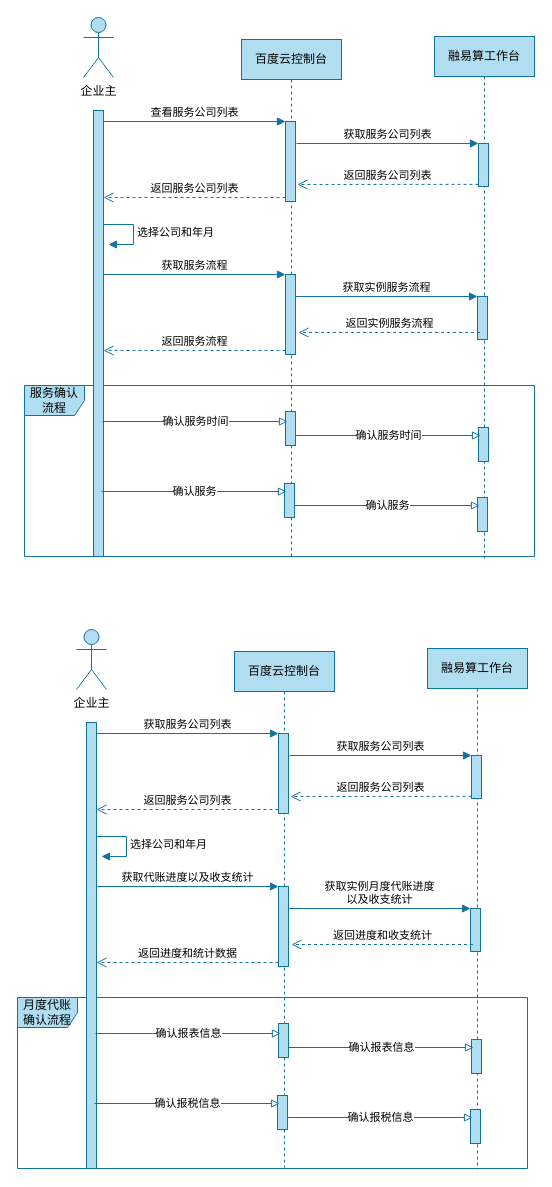
This is 百度云时序.drawio from zhaoershuang/flow-chart, a draw.io file, before an edit. Source tidied: cells renumbered, new cells numbered last; positions are measured from the earlier drawing's top-left corner, leaving out a move shared by most shapes. Both pictures are drawn from the tidied source at 100%, with x=0, y=0 at pixel (17, 17).
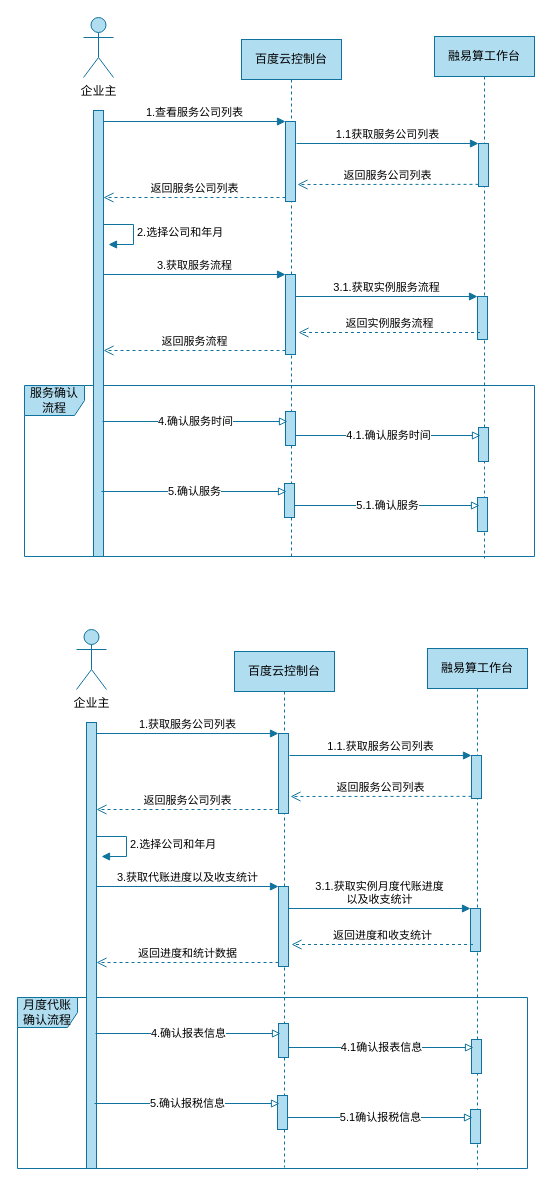
After the change.

Commit message:
更新百度云时序.drawio

Unchanged cells that the change refers to:
```xml
<mxCell id="4" value="&lt;font color=&quot;#000000&quot;&gt;百度云控制台&lt;br&gt;&lt;/font&gt;" style="shape=umlLifeline;perimeter=lifelinePerimeter;whiteSpace=wrap;html=1;fillColor=#b1ddf0;strokeColor=#10739e;" parent="1" vertex="1">
  <mxGeometry x="224" y="22" width="100" height="519" as="geometry" />
</mxCell>
<mxCell id="5" style="html=1;points=[];perimeter=orthogonalPerimeter;fillColor=#b1ddf0;strokeColor=#10739e;" parent="4" vertex="1">
  <mxGeometry x="44" y="82" width="10" height="80" as="geometry" />
</mxCell>
<mxCell id="6" style="html=1;points=[];perimeter=orthogonalPerimeter;fillColor=#b1ddf0;strokeColor=#10739e;" parent="4" vertex="1">
  <mxGeometry x="44" y="235" width="10" height="80" as="geometry" />
</mxCell>
<mxCell id="11" style="html=1;points=[];perimeter=orthogonalPerimeter;fillColor=#b1ddf0;strokeColor=#10739e;" parent="1" vertex="1">
  <mxGeometry x="76" y="93" width="10" height="446" as="geometry" />
</mxCell>
<mxCell id="12" value="融易算工作台" style="shape=umlLifeline;perimeter=lifelinePerimeter;whiteSpace=wrap;html=1;fillColor=#b1ddf0;strokeColor=#10739e;" parent="1" vertex="1">
  <mxGeometry x="417" y="19" width="100" height="522" as="geometry" />
</mxCell>
<mxCell id="13" style="html=1;points=[];perimeter=orthogonalPerimeter;fillColor=#b1ddf0;strokeColor=#10739e;" parent="12" vertex="1">
  <mxGeometry x="44" y="107" width="10" height="43" as="geometry" />
</mxCell>
<mxCell id="22" style="html=1;points=[];perimeter=orthogonalPerimeter;fillColor=#b1ddf0;strokeColor=#10739e;" parent="12" vertex="1">
  <mxGeometry x="43" y="260" width="10" height="43" as="geometry" />
</mxCell>
<mxCell id="29" value="&lt;font color=&quot;#000000&quot;&gt;百度云控制台&lt;br&gt;&lt;/font&gt;" style="shape=umlLifeline;perimeter=lifelinePerimeter;whiteSpace=wrap;html=1;fillColor=#b1ddf0;strokeColor=#10739e;" parent="1" vertex="1">
  <mxGeometry x="217" y="634" width="100" height="516" as="geometry" />
</mxCell>
<mxCell id="30" style="html=1;points=[];perimeter=orthogonalPerimeter;fillColor=#b1ddf0;strokeColor=#10739e;" parent="29" vertex="1">
  <mxGeometry x="44" y="82" width="10" height="80" as="geometry" />
</mxCell>
<mxCell id="31" style="html=1;points=[];perimeter=orthogonalPerimeter;fillColor=#b1ddf0;strokeColor=#10739e;" parent="29" vertex="1">
  <mxGeometry x="44" y="235" width="10" height="80" as="geometry" />
</mxCell>
<mxCell id="36" style="html=1;points=[];perimeter=orthogonalPerimeter;fillColor=#b1ddf0;strokeColor=#10739e;" parent="1" vertex="1">
  <mxGeometry x="69" y="705" width="10" height="446" as="geometry" />
</mxCell>
<mxCell id="37" value="融易算工作台" style="shape=umlLifeline;perimeter=lifelinePerimeter;whiteSpace=wrap;html=1;fillColor=#b1ddf0;strokeColor=#10739e;" parent="1" vertex="1">
  <mxGeometry x="410" y="631" width="100" height="521" as="geometry" />
</mxCell>
<mxCell id="38" style="html=1;points=[];perimeter=orthogonalPerimeter;fillColor=#b1ddf0;strokeColor=#10739e;" parent="37" vertex="1">
  <mxGeometry x="44" y="107" width="10" height="43" as="geometry" />
</mxCell>
<mxCell id="47" style="html=1;points=[];perimeter=orthogonalPerimeter;fillColor=#b1ddf0;strokeColor=#10739e;" parent="37" vertex="1">
  <mxGeometry x="43" y="260" width="10" height="43" as="geometry" />
</mxCell>
```

What changed in the source:
```diff
@@
-    <mxCell id="7" value="获取服务流程" style="html=1;verticalAlign=bottom;endArrow=block;entryX=0;entryY=0;fillColor=#b1ddf0;strokeColor=#10739e;" parent="4" edge="1" target="6">
+    <mxCell id="7" value="3.获取服务流程" style="html=1;verticalAlign=bottom;endArrow=block;entryX=0;entryY=0;fillColor=#b1ddf0;strokeColor=#10739e;" parent="4" edge="1" target="6">
       <mxGeometry relative="1" as="geometry">
         <mxPoint x="-138" y="235" as="sourcePoint" />
       </mxGeometry>
     </mxCell>
@@
-    <mxCell id="14" value="获取服务公司列表" style="html=1;verticalAlign=bottom;endArrow=block;entryX=0;entryY=0;fillColor=#b1ddf0;strokeColor=#10739e;" parent="12" edge="1" target="13">
+    <mxCell id="14" value="1.1获取服务公司列表" style="html=1;verticalAlign=bottom;endArrow=block;entryX=0;entryY=0;fillColor=#b1ddf0;strokeColor=#10739e;" parent="12" edge="1" target="13">
       <mxGeometry relative="1" as="geometry">
         <mxPoint x="-138" y="107" as="sourcePoint" />
       </mxGeometry>
     </mxCell>
-    <mxCell id="15" value="确认服务时间" style="endArrow=block;endFill=0;html=1;fillColor=#b1ddf0;strokeColor=#10739e;" parent="12" edge="1">
+    <mxCell id="15" value="4.确认服务时间" style="endArrow=block;endFill=0;html=1;fillColor=#b1ddf0;strokeColor=#10739e;" parent="12" edge="1">
       <mxGeometry relative="1" as="geometry">
         <mxPoint x="-332" y="385" as="sourcePoint" />
         <mxPoint x="-147" y="385" as="targetPoint" />
         <Array as="points">
           <mxPoint x="-147" y="385" />
         </Array>
       </mxGeometry>
     </mxCell>
@@
-    <mxCell id="17" value="确认服务时间" style="endArrow=block;endFill=0;html=1;fillColor=#b1ddf0;strokeColor=#10739e;" parent="12" edge="1">
+    <mxCell id="17" value="4.1.确认服务时间" style="endArrow=block;endFill=0;html=1;fillColor=#b1ddf0;strokeColor=#10739e;" parent="12" edge="1">
       <mxGeometry relative="1" as="geometry">
         <mxPoint x="-139" y="399" as="sourcePoint" />
         <mxPoint x="46" y="399" as="targetPoint" />
         <Array as="points">
           <mxPoint x="46" y="399" />
         </Array>
       </mxGeometry>
     </mxCell>
@@
-    <mxCell id="19" value="确认服务" style="endArrow=block;endFill=0;html=1;fillColor=#b1ddf0;strokeColor=#10739e;" parent="12" edge="1">
+    <mxCell id="19" value="5.确认服务" style="endArrow=block;endFill=0;html=1;fillColor=#b1ddf0;strokeColor=#10739e;" parent="12" edge="1">
       <mxGeometry relative="1" as="geometry">
         <mxPoint x="-333" y="455" as="sourcePoint" />
         <mxPoint x="-148" y="455" as="targetPoint" />
         <Array as="points">
           <mxPoint x="-148" y="455" />
         </Array>
       </mxGeometry>
     </mxCell>
@@
-    <mxCell id="21" value="确认服务" style="endArrow=block;endFill=0;html=1;fillColor=#b1ddf0;strokeColor=#10739e;" parent="12" edge="1">
+    <mxCell id="21" value="5.1.确认服务" style="endArrow=block;endFill=0;html=1;fillColor=#b1ddf0;strokeColor=#10739e;" parent="12" edge="1">
       <mxGeometry relative="1" as="geometry">
         <mxPoint x="-140" y="469" as="sourcePoint" />
         <mxPoint x="45" y="469" as="targetPoint" />
         <Array as="points">
           <mxPoint x="45" y="469" />
         </Array>
       </mxGeometry>
     </mxCell>
@@
-    <mxCell id="23" value="获取实例服务流程" style="html=1;verticalAlign=bottom;endArrow=block;entryX=0;entryY=0;fillColor=#b1ddf0;strokeColor=#10739e;" parent="12" edge="1" target="22">
+    <mxCell id="23" value="3.1.获取实例服务流程" style="html=1;verticalAlign=bottom;endArrow=block;entryX=0;entryY=0;fillColor=#b1ddf0;strokeColor=#10739e;" parent="12" edge="1" target="22">
       <mxGeometry relative="1" as="geometry">
         <mxPoint x="-139" y="260" as="sourcePoint" />
       </mxGeometry>
     </mxCell>
-    <mxCell id="24" value="选择公司和年月" style="edgeStyle=orthogonalEdgeStyle;html=1;align=left;spacingLeft=2;endArrow=block;rounded=0;entryX=1;entryY=0;fillColor=#b1ddf0;strokeColor=#10739e;" parent="1" edge="1">
+    <mxCell id="24" value="2.选择公司和年月" style="edgeStyle=orthogonalEdgeStyle;html=1;align=left;spacingLeft=2;endArrow=block;rounded=0;entryX=1;entryY=0;fillColor=#b1ddf0;strokeColor=#10739e;" parent="1" edge="1">
       <mxGeometry relative="1" as="geometry">
         <mxPoint x="86" y="207" as="sourcePoint" />
         <mxPoint x="91" y="227" as="targetPoint" />
         <Array as="points">
           <mxPoint x="116" y="207" />
         </Array>
       </mxGeometry>
     </mxCell>
-    <mxCell id="25" value="查看服务公司列表" style="html=1;verticalAlign=bottom;endArrow=block;entryX=0;entryY=0;fillColor=#b1ddf0;strokeColor=#10739e;" parent="1" edge="1" source="11" target="5">
+    <mxCell id="25" value="1.查看服务公司列表" style="html=1;verticalAlign=bottom;endArrow=block;entryX=0;entryY=0;fillColor=#b1ddf0;strokeColor=#10739e;" parent="1" edge="1" source="11" target="5">
       <mxGeometry relative="1" as="geometry" />
     </mxCell>
@@
-    <mxCell id="32" value="&lt;br&gt;获取代账进度以及收支统计" style="html=1;verticalAlign=bottom;endArrow=block;entryX=0;entryY=0;fillColor=#b1ddf0;strokeColor=#10739e;" parent="29" edge="1" target="31">
+    <mxCell id="32" value="&lt;br&gt;3.获取代账进度以及收支统计" style="html=1;verticalAlign=bottom;endArrow=block;entryX=0;entryY=0;fillColor=#b1ddf0;strokeColor=#10739e;" parent="29" edge="1" target="31">
       <mxGeometry relative="1" as="geometry">
         <mxPoint x="-138" y="235" as="sourcePoint" />
       </mxGeometry>
     </mxCell>
@@
-    <mxCell id="39" value="获取服务公司列表" style="html=1;verticalAlign=bottom;endArrow=block;entryX=0;entryY=0;fillColor=#b1ddf0;strokeColor=#10739e;" parent="37" edge="1" target="38">
+    <mxCell id="39" value="1.1.获取服务公司列表" style="html=1;verticalAlign=bottom;endArrow=block;entryX=0;entryY=0;fillColor=#b1ddf0;strokeColor=#10739e;" parent="37" edge="1" target="38">
       <mxGeometry relative="1" as="geometry">
         <mxPoint x="-138" y="107" as="sourcePoint" />
       </mxGeometry>
     </mxCell>
-    <mxCell id="40" value="确认报表信息" style="endArrow=block;endFill=0;html=1;fillColor=#b1ddf0;strokeColor=#10739e;" parent="37" edge="1">
+    <mxCell id="40" value="4.确认报表信息" style="endArrow=block;endFill=0;html=1;fillColor=#b1ddf0;strokeColor=#10739e;" parent="37" edge="1">
       <mxGeometry relative="1" as="geometry">
         <mxPoint x="-332" y="385" as="sourcePoint" />
         <mxPoint x="-147" y="385" as="targetPoint" />
         <Array as="points">
           <mxPoint x="-147" y="385" />
         </Array>
       </mxGeometry>
     </mxCell>
@@
-    <mxCell id="42" value="确认报表信息" style="endArrow=block;endFill=0;html=1;fillColor=#b1ddf0;strokeColor=#10739e;" parent="37" edge="1">
+    <mxCell id="42" value="4.1确认报表信息" style="endArrow=block;endFill=0;html=1;fillColor=#b1ddf0;strokeColor=#10739e;" parent="37" edge="1">
       <mxGeometry relative="1" as="geometry">
         <mxPoint x="-139" y="399" as="sourcePoint" />
         <mxPoint x="46" y="399" as="targetPoint" />
         <Array as="points">
           <mxPoint x="46" y="399" />
         </Array>
       </mxGeometry>
     </mxCell>
@@
-    <mxCell id="44" value="确认报税信息" style="endArrow=block;endFill=0;html=1;fillColor=#b1ddf0;strokeColor=#10739e;" parent="37" edge="1">
+    <mxCell id="44" value="5.确认报税信息" style="endArrow=block;endFill=0;html=1;fillColor=#b1ddf0;strokeColor=#10739e;" parent="37" edge="1">
       <mxGeometry relative="1" as="geometry">
         <mxPoint x="-333" y="455" as="sourcePoint" />
         <mxPoint x="-148" y="455" as="targetPoint" />
         <Array as="points">
           <mxPoint x="-148" y="455" />
         </Array>
       </mxGeometry>
     </mxCell>
@@
-    <mxCell id="46" value="确认报税信息" style="endArrow=block;endFill=0;html=1;fillColor=#b1ddf0;strokeColor=#10739e;" parent="37" edge="1">
+    <mxCell id="46" value="5.1确认报税信息" style="endArrow=block;endFill=0;html=1;fillColor=#b1ddf0;strokeColor=#10739e;" parent="37" edge="1">
       <mxGeometry relative="1" as="geometry">
         <mxPoint x="-140" y="469" as="sourcePoint" />
         <mxPoint x="45" y="469" as="targetPoint" />
         <Array as="points">
           <mxPoint x="45" y="469" />
         </Array>
       </mxGeometry>
     </mxCell>
@@
-    <mxCell id="48" value="获取实例月度代账进度&lt;br&gt;以及收支统计" style="html=1;verticalAlign=bottom;endArrow=block;entryX=0;entryY=0;fillColor=#b1ddf0;strokeColor=#10739e;" parent="37" edge="1" target="47">
+    <mxCell id="48" value="3.1.获取实例月度代账进度&lt;br&gt;以及收支统计" style="html=1;verticalAlign=bottom;endArrow=block;entryX=0;entryY=0;fillColor=#b1ddf0;strokeColor=#10739e;" parent="37" edge="1" target="47">
       <mxGeometry relative="1" as="geometry">
         <mxPoint x="-139" y="260" as="sourcePoint" />
       </mxGeometry>
     </mxCell>
-    <mxCell id="49" value="选择公司和年月" style="edgeStyle=orthogonalEdgeStyle;html=1;align=left;spacingLeft=2;endArrow=block;rounded=0;entryX=1;entryY=0;fillColor=#b1ddf0;strokeColor=#10739e;" parent="1" edge="1">
+    <mxCell id="49" value="2.选择公司和年月" style="edgeStyle=orthogonalEdgeStyle;html=1;align=left;spacingLeft=2;endArrow=block;rounded=0;entryX=1;entryY=0;fillColor=#b1ddf0;strokeColor=#10739e;" parent="1" edge="1">
       <mxGeometry relative="1" as="geometry">
         <mxPoint x="79" y="819" as="sourcePoint" />
         <mxPoint x="84" y="839" as="targetPoint" />
         <Array as="points">
           <mxPoint x="109" y="819" />
         </Array>
       </mxGeometry>
     </mxCell>
-    <mxCell id="50" value="获取服务公司列表" style="html=1;verticalAlign=bottom;endArrow=block;entryX=0;entryY=0;fillColor=#b1ddf0;strokeColor=#10739e;" parent="1" edge="1" source="36" target="30">
+    <mxCell id="50" value="1.获取服务公司列表" style="html=1;verticalAlign=bottom;endArrow=block;entryX=0;entryY=0;fillColor=#b1ddf0;strokeColor=#10739e;" parent="1" edge="1" source="36" target="30">
       <mxGeometry relative="1" as="geometry" />
     </mxCell>
```
